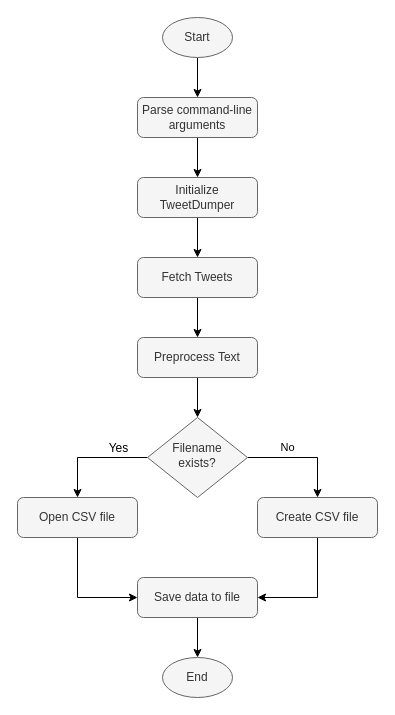
This is Report/pictures/flowchart_tweet_dumper.drawio from Teawolf-beep/TwitterBot, a draw.io file, before an edit. Source tidied: cells renumbered, new cells numbered last; positions are measured from the earlier drawing's top-left corner, leaving out a move shared by most shapes. Both pictures are drawn from the tidied source at 100%, with x=0, y=0 at pixel (17, 17).
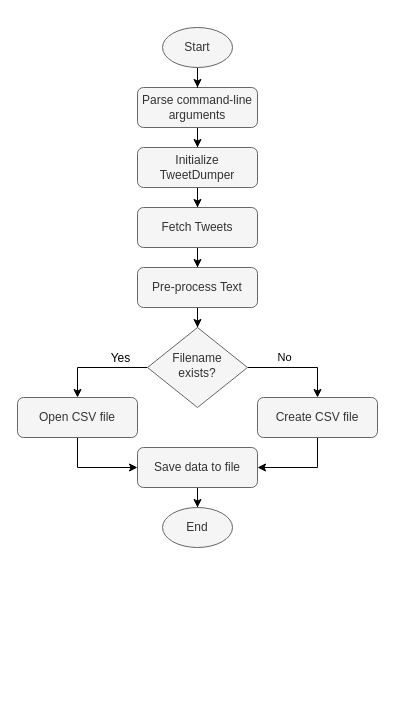
Above is the later version.

The edit, as a diff of the source:
```diff
@@
     <mxCell id="3" value="Parse command-line&lt;br&gt;arguments" style="rounded=1;whiteSpace=wrap;html=1;fontSize=12;glass=0;strokeWidth=1;shadow=0;fillColor=#f5f5f5;strokeColor=#666666;fontColor=#333333;" parent="1" vertex="1">
-      <mxGeometry x="120" y="80" width="120" height="40" as="geometry" />
+      <mxGeometry x="120" y="70" width="120" height="40" as="geometry" />
     </mxCell>
@@
     <mxCell id="5" value="Initialize TweetDumper" style="rounded=1;whiteSpace=wrap;html=1;fontSize=12;glass=0;strokeWidth=1;shadow=0;fillColor=#f5f5f5;strokeColor=#666666;fontColor=#333333;" parent="1" vertex="1">
-      <mxGeometry x="120" y="160" width="120" height="40" as="geometry" />
+      <mxGeometry x="120" y="130" width="120" height="40" as="geometry" />
     </mxCell>
@@
     <mxCell id="7" value="Fetch Tweets" style="rounded=1;whiteSpace=wrap;html=1;fontSize=12;glass=0;strokeWidth=1;shadow=0;fillColor=#f5f5f5;strokeColor=#666666;fontColor=#333333;" parent="1" vertex="1">
-      <mxGeometry x="120" y="240" width="120" height="40" as="geometry" />
+      <mxGeometry x="120" y="190" width="120" height="40" as="geometry" />
     </mxCell>
@@
-    <mxCell id="9" value="Preprocess Text" style="rounded=1;whiteSpace=wrap;html=1;fontSize=12;glass=0;strokeWidth=1;shadow=0;fillColor=#f5f5f5;strokeColor=#666666;fontColor=#333333;" parent="1" vertex="1">
-      <mxGeometry x="120" y="320" width="120" height="40" as="geometry" />
+    <mxCell id="9" value="Pre-process Text" style="rounded=1;whiteSpace=wrap;html=1;fontSize=12;glass=0;strokeWidth=1;shadow=0;fillColor=#f5f5f5;strokeColor=#666666;fontColor=#333333;" parent="1" vertex="1">
+      <mxGeometry x="120" y="250" width="120" height="40" as="geometry" />
     </mxCell>
@@
     <mxCell id="13" value="Filename exists?" style="rhombus;whiteSpace=wrap;html=1;shadow=0;fontFamily=Helvetica;fontSize=12;align=center;strokeWidth=1;spacing=6;spacingTop=-4;fillColor=#f5f5f5;strokeColor=#666666;fontColor=#333333;" parent="1" vertex="1">
-      <mxGeometry x="130" y="400" width="100" height="80" as="geometry" />
+      <mxGeometry x="130" y="310" width="100" height="80" as="geometry" />
     </mxCell>
@@
     <mxCell id="15" value="Create CSV file" style="rounded=1;whiteSpace=wrap;html=1;fontSize=12;glass=0;strokeWidth=1;shadow=0;fillColor=#f5f5f5;strokeColor=#666666;fontColor=#333333;" parent="1" vertex="1">
-      <mxGeometry x="240" y="480" width="120" height="40" as="geometry" />
+      <mxGeometry x="240" y="380" width="120" height="40" as="geometry" />
     </mxCell>
@@
     <mxCell id="17" value="Open CSV file" style="rounded=1;whiteSpace=wrap;html=1;fontSize=12;glass=0;strokeWidth=1;shadow=0;fillColor=#f5f5f5;strokeColor=#666666;fontColor=#333333;" parent="1" vertex="1">
-      <mxGeometry y="480" width="120" height="40" as="geometry" />
+      <mxGeometry y="380" width="120" height="40" as="geometry" />
     </mxCell>
@@
     <mxCell id="19" value="Save data to file" style="rounded=1;whiteSpace=wrap;html=1;fontSize=12;glass=0;strokeWidth=1;shadow=0;fillColor=#f5f5f5;strokeColor=#666666;fontColor=#333333;" parent="1" vertex="1">
-      <mxGeometry x="120" y="560" width="120" height="40" as="geometry" />
+      <mxGeometry x="120" y="430" width="120" height="40" as="geometry" />
     </mxCell>
@@
     <mxCell id="21" value="Start" style="ellipse;whiteSpace=wrap;html=1;fillColor=#f5f5f5;strokeColor=#666666;fontColor=#333333;" parent="1" vertex="1">
-      <mxGeometry x="145" width="70" height="40" as="geometry" />
+      <mxGeometry x="145" y="10" width="70" height="40" as="geometry" />
     </mxCell>
     <mxCell id="22" value="End" style="ellipse;whiteSpace=wrap;html=1;fillColor=#f5f5f5;strokeColor=#666666;fontColor=#333333;" parent="1" vertex="1">
-      <mxGeometry x="145" y="640" width="70" height="40" as="geometry" />
+      <mxGeometry x="145" y="490" width="70" height="40" as="geometry" />
     </mxCell>
```
